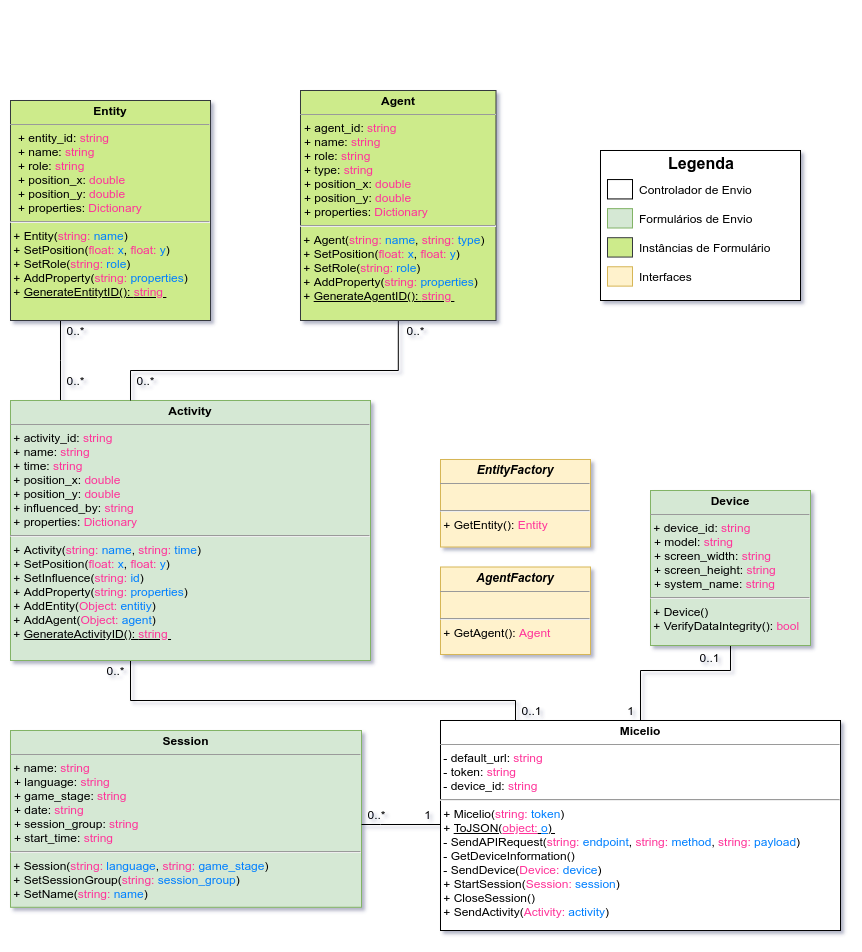
Above: Documentation/Diagramas/modelo-de-dados-unity.png in multisens/micelio (draw.io), before the change. Source tidied: cells renumbered, new cells last; positions are measured from the earlier drawing's top-left corner, leaving out a move shared by most shapes.
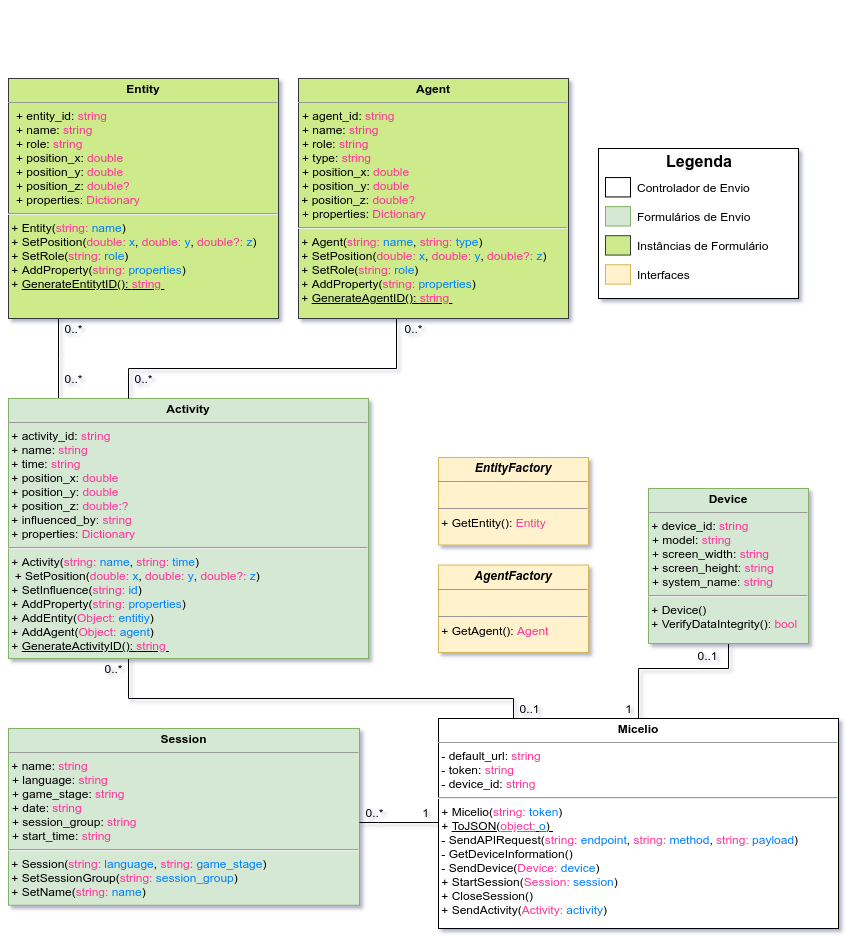
Above is the later version.

Change to the diagram source:
```diff
@@ -21,11 +21,11 @@
         </Array>
       </mxGeometry>
     </mxCell>
-    <mxCell id="5" value="&lt;p style=&quot;margin: 0px ; margin-top: 4px ; text-align: center&quot;&gt;&lt;b&gt;Activity&lt;/b&gt;&lt;/p&gt;&lt;hr size=&quot;1&quot;&gt;&amp;nbsp;+ activity_id: &lt;font color=&quot;#ff3399&quot;&gt;string&lt;/font&gt;&lt;br&gt;&amp;nbsp;+ name: &lt;font color=&quot;#ff3399&quot;&gt;string&lt;/font&gt;&lt;br&gt;&amp;nbsp;+ time: &lt;font color=&quot;#ff3399&quot;&gt;string&lt;/font&gt;&lt;br&gt;&amp;nbsp;+ position_x: &lt;font color=&quot;#ff3399&quot;&gt;double&lt;/font&gt;&lt;br&gt;&amp;nbsp;+ position_y: &lt;font color=&quot;#ff3399&quot;&gt;double&lt;/font&gt;&lt;br&gt;&amp;nbsp;+ influenced_by: &lt;font color=&quot;#ff3399&quot;&gt;string&lt;/font&gt;&lt;br&gt;&lt;span&gt;&amp;nbsp;+ properties:&amp;nbsp;&lt;/span&gt;&lt;font color=&quot;#ff3399&quot;&gt;Dictionary&lt;/font&gt;&lt;font color=&quot;#ff3399&quot;&gt;&lt;br&gt;&lt;/font&gt;&lt;hr&gt;&amp;nbsp;+ Activity(&lt;span style=&quot;color: rgb(255 , 51 , 153)&quot;&gt;string:&amp;nbsp;&lt;/span&gt;&lt;font color=&quot;#007fff&quot;&gt;name&lt;/font&gt;,&amp;nbsp;&lt;span style=&quot;color: rgb(255 , 51 , 153)&quot;&gt;string:&amp;nbsp;&lt;/span&gt;&lt;font color=&quot;#007fff&quot;&gt;time&lt;/font&gt;)&lt;br&gt;&amp;nbsp;+ SetPosition(&lt;span style=&quot;color: rgb(255 , 51 , 153)&quot;&gt;float:&amp;nbsp;&lt;/span&gt;&lt;font color=&quot;#007fff&quot;&gt;x&lt;/font&gt;,&amp;nbsp;&lt;span style=&quot;color: rgb(255 , 51 , 153)&quot;&gt;float:&amp;nbsp;&lt;/span&gt;&lt;font color=&quot;#007fff&quot;&gt;y&lt;/font&gt;)&lt;br&gt;&amp;nbsp;+ SetInfluence(&lt;span style=&quot;color: rgb(255 , 51 , 153)&quot;&gt;string:&amp;nbsp;&lt;/span&gt;&lt;font color=&quot;#007fff&quot;&gt;id&lt;/font&gt;)&lt;br&gt;&amp;nbsp;+ AddProperty(&lt;span style=&quot;color: rgb(255 , 51 , 153)&quot;&gt;string: &lt;/span&gt;&lt;font color=&quot;#007fff&quot;&gt;properties&lt;/font&gt;)&lt;br&gt;&amp;nbsp;+ AddEntity(&lt;span style=&quot;color: rgb(255 , 51 , 153)&quot;&gt;Object: &lt;/span&gt;&lt;font color=&quot;#007fff&quot;&gt;entitiy&lt;/font&gt;)&lt;br&gt;&amp;nbsp;+ AddAgent(&lt;span style=&quot;color: rgb(255 , 51 , 153)&quot;&gt;Object:&amp;nbsp;&lt;/span&gt;&lt;font color=&quot;#007fff&quot;&gt;agent&lt;/font&gt;)&lt;br&gt;&amp;nbsp;+&amp;nbsp;&lt;u&gt;GenerateActivityID():&amp;nbsp;&lt;span style=&quot;color: rgb(255 , 51 , 153)&quot;&gt;string&amp;nbsp;&lt;/span&gt;&lt;/u&gt;" style="verticalAlign=top;align=left;overflow=fill;fontSize=12;fontFamily=Helvetica;html=1;glass=0;fillColor=#d5e8d4;strokeColor=#82b366;" parent="1" vertex="1">
+    <mxCell id="5" value="&lt;p style=&quot;margin: 0px ; margin-top: 4px ; text-align: center&quot;&gt;&lt;b&gt;Activity&lt;/b&gt;&lt;/p&gt;&lt;hr size=&quot;1&quot;&gt;&amp;nbsp;+ activity_id: &lt;font color=&quot;#ff3399&quot;&gt;string&lt;/font&gt;&lt;br&gt;&amp;nbsp;+ name: &lt;font color=&quot;#ff3399&quot;&gt;string&lt;/font&gt;&lt;br&gt;&amp;nbsp;+ time: &lt;font color=&quot;#ff3399&quot;&gt;string&lt;/font&gt;&lt;br&gt;&amp;nbsp;+ position_x: &lt;font color=&quot;#ff3399&quot;&gt;double&lt;/font&gt;&lt;br&gt;&amp;nbsp;+ position_y: &lt;font color=&quot;#ff3399&quot;&gt;double&lt;br&gt;&lt;/font&gt;&amp;nbsp;+ position_z:&amp;nbsp;&lt;font color=&quot;#ff3399&quot;&gt;double:?&lt;/font&gt;&lt;br&gt;&amp;nbsp;+ influenced_by: &lt;font color=&quot;#ff3399&quot;&gt;string&lt;/font&gt;&lt;br&gt;&lt;span&gt;&amp;nbsp;+ properties:&amp;nbsp;&lt;/span&gt;&lt;font color=&quot;#ff3399&quot;&gt;Dictionary&lt;/font&gt;&lt;font color=&quot;#ff3399&quot;&gt;&lt;br&gt;&lt;/font&gt;&lt;hr&gt;&amp;nbsp;+ Activity(&lt;span style=&quot;color: rgb(255 , 51 , 153)&quot;&gt;string:&amp;nbsp;&lt;/span&gt;&lt;font color=&quot;#007fff&quot;&gt;name&lt;/font&gt;,&amp;nbsp;&lt;span style=&quot;color: rgb(255 , 51 , 153)&quot;&gt;string:&amp;nbsp;&lt;/span&gt;&lt;font color=&quot;#007fff&quot;&gt;time&lt;/font&gt;)&lt;br&gt;&amp;nbsp;&amp;nbsp;+ SetPosition(&lt;span style=&quot;color: rgb(255 , 51 , 153)&quot;&gt;double:&amp;nbsp;&lt;/span&gt;&lt;font color=&quot;#007fff&quot;&gt;x&lt;/font&gt;,&amp;nbsp;&lt;span style=&quot;color: rgb(255 , 51 , 153)&quot;&gt;double&lt;/span&gt;&lt;span style=&quot;color: rgb(255 , 51 , 153)&quot;&gt;:&amp;nbsp;&lt;/span&gt;&lt;font color=&quot;#007fff&quot;&gt;y&lt;/font&gt;,&amp;nbsp;&lt;span style=&quot;color: rgb(255 , 51 , 153)&quot;&gt;double?&lt;/span&gt;&lt;span style=&quot;color: rgb(255 , 51 , 153)&quot;&gt;:&amp;nbsp;&lt;/span&gt;&lt;font color=&quot;#007fff&quot;&gt;z&lt;/font&gt;)&lt;br&gt;&amp;nbsp;+ SetInfluence(&lt;span style=&quot;color: rgb(255 , 51 , 153)&quot;&gt;string:&amp;nbsp;&lt;/span&gt;&lt;font color=&quot;#007fff&quot;&gt;id&lt;/font&gt;)&lt;br&gt;&amp;nbsp;+ AddProperty(&lt;span style=&quot;color: rgb(255 , 51 , 153)&quot;&gt;string: &lt;/span&gt;&lt;font color=&quot;#007fff&quot;&gt;properties&lt;/font&gt;)&lt;br&gt;&amp;nbsp;+ AddEntity(&lt;span style=&quot;color: rgb(255 , 51 , 153)&quot;&gt;Object: &lt;/span&gt;&lt;font color=&quot;#007fff&quot;&gt;entitiy&lt;/font&gt;)&lt;br&gt;&amp;nbsp;+ AddAgent(&lt;span style=&quot;color: rgb(255 , 51 , 153)&quot;&gt;Object:&amp;nbsp;&lt;/span&gt;&lt;font color=&quot;#007fff&quot;&gt;agent&lt;/font&gt;)&lt;br&gt;&amp;nbsp;+&amp;nbsp;&lt;u&gt;GenerateActivityID():&amp;nbsp;&lt;span style=&quot;color: rgb(255 , 51 , 153)&quot;&gt;string&amp;nbsp;&lt;/span&gt;&lt;/u&gt;" style="verticalAlign=top;align=left;overflow=fill;fontSize=12;fontFamily=Helvetica;html=1;glass=0;fillColor=#d5e8d4;strokeColor=#82b366;" parent="1" vertex="1">
       <mxGeometry y="390" width="360" height="260" as="geometry" />
     </mxCell>
-    <mxCell id="6" value="&lt;p style=&quot;margin: 0px ; margin-top: 4px ; text-align: center&quot;&gt;&lt;b&gt;Entity&lt;/b&gt;&lt;/p&gt;&lt;hr size=&quot;1&quot;&gt;&lt;p style=&quot;margin: 0px 0px 0px 8px&quot;&gt;+ entity_id: &lt;font color=&quot;#ff3399&quot;&gt;string&lt;/font&gt;&lt;/p&gt;&lt;p style=&quot;margin: 0px 0px 0px 8px&quot;&gt;+ name: &lt;font color=&quot;#ff3399&quot;&gt;string&lt;/font&gt;&lt;br&gt;&lt;/p&gt;&lt;p style=&quot;margin: 0px 0px 0px 8px&quot;&gt;+ role: &lt;font color=&quot;#ff3399&quot;&gt;string&lt;/font&gt;&lt;/p&gt;&lt;p style=&quot;margin: 0px 0px 0px 8px&quot;&gt;+ position_x: &lt;font color=&quot;#ff3399&quot;&gt;double&lt;/font&gt;&lt;br&gt;+ position_y: &lt;font color=&quot;#ff3399&quot;&gt;double&lt;/font&gt;&lt;br&gt;&lt;/p&gt;&lt;p style=&quot;margin: 0px 0px 0px 8px&quot;&gt;+ properties: &lt;font color=&quot;#ff3399&quot;&gt;Dictionary&lt;/font&gt;&lt;/p&gt;&lt;hr&gt;&amp;nbsp;+ Entity(&lt;span style=&quot;color: rgb(255 , 51 , 153)&quot;&gt;string:&amp;nbsp;&lt;/span&gt;&lt;font color=&quot;#007fff&quot;&gt;name&lt;/font&gt;)&lt;br&gt;&amp;nbsp;+ SetPosition(&lt;span style=&quot;color: rgb(255 , 51 , 153)&quot;&gt;float:&amp;nbsp;&lt;/span&gt;&lt;font color=&quot;#007fff&quot;&gt;x&lt;/font&gt;,&amp;nbsp;&lt;span style=&quot;color: rgb(255 , 51 , 153)&quot;&gt;float:&amp;nbsp;&lt;/span&gt;&lt;font color=&quot;#007fff&quot;&gt;y&lt;/font&gt;)&lt;br&gt;&amp;nbsp;+ SetRole(&lt;span style=&quot;color: rgb(255 , 51 , 153)&quot;&gt;string:&amp;nbsp;&lt;/span&gt;&lt;font color=&quot;#007fff&quot;&gt;role&lt;/font&gt;)&lt;br&gt;&amp;nbsp;+ AddProperty(&lt;span style=&quot;color: rgb(255 , 51 , 153)&quot;&gt;string:&amp;nbsp;&lt;/span&gt;&lt;font color=&quot;#007fff&quot;&gt;properties&lt;/font&gt;)&lt;br&gt;&amp;nbsp;+ &lt;u&gt;GenerateEntitytID():&amp;nbsp;&lt;span style=&quot;color: rgb(255 , 51 , 153)&quot;&gt;string&amp;nbsp;&lt;/span&gt;&lt;/u&gt;&lt;br&gt;&amp;nbsp;" style="verticalAlign=top;align=left;overflow=fill;fontSize=12;fontFamily=Helvetica;html=1;glass=0;fillColor=#cdeb8b;strokeColor=#36393d;" parent="1" vertex="1">
-      <mxGeometry y="90" width="200" height="220" as="geometry" />
+    <mxCell id="6" value="&lt;p style=&quot;margin: 0px ; margin-top: 4px ; text-align: center&quot;&gt;&lt;b&gt;Entity&lt;/b&gt;&lt;/p&gt;&lt;hr size=&quot;1&quot;&gt;&lt;p style=&quot;margin: 0px 0px 0px 8px&quot;&gt;+ entity_id: &lt;font color=&quot;#ff3399&quot;&gt;string&lt;/font&gt;&lt;/p&gt;&lt;p style=&quot;margin: 0px 0px 0px 8px&quot;&gt;+ name: &lt;font color=&quot;#ff3399&quot;&gt;string&lt;/font&gt;&lt;br&gt;&lt;/p&gt;&lt;p style=&quot;margin: 0px 0px 0px 8px&quot;&gt;+ role: &lt;font color=&quot;#ff3399&quot;&gt;string&lt;/font&gt;&lt;/p&gt;&lt;p style=&quot;margin: 0px 0px 0px 8px&quot;&gt;+ position_x: &lt;font color=&quot;#ff3399&quot;&gt;double&lt;/font&gt;&lt;br&gt;+ position_y: &lt;font color=&quot;#ff3399&quot;&gt;double&lt;/font&gt;&lt;br&gt;&lt;/p&gt;&lt;p style=&quot;margin: 0px 0px 0px 8px&quot;&gt;+ position_z:&amp;nbsp;&lt;font color=&quot;#ff3399&quot;&gt;double?&lt;/font&gt;&lt;font color=&quot;#ff3399&quot;&gt;&lt;br&gt;&lt;/font&gt;&lt;/p&gt;&lt;p style=&quot;margin: 0px 0px 0px 8px&quot;&gt;+ properties: &lt;font color=&quot;#ff3399&quot;&gt;Dictionary&lt;/font&gt;&lt;/p&gt;&lt;hr&gt;&amp;nbsp;+ Entity(&lt;span style=&quot;color: rgb(255 , 51 , 153)&quot;&gt;string:&amp;nbsp;&lt;/span&gt;&lt;font color=&quot;#007fff&quot;&gt;name&lt;/font&gt;)&lt;br&gt;&amp;nbsp;+ SetPosition(&lt;span style=&quot;color: rgb(255 , 51 , 153)&quot;&gt;double:&amp;nbsp;&lt;/span&gt;&lt;font color=&quot;#007fff&quot;&gt;x&lt;/font&gt;,&amp;nbsp;&lt;span style=&quot;color: rgb(255 , 51 , 153)&quot;&gt;double&lt;/span&gt;&lt;span style=&quot;color: rgb(255 , 51 , 153)&quot;&gt;:&amp;nbsp;&lt;/span&gt;&lt;font color=&quot;#007fff&quot;&gt;y&lt;/font&gt;,&amp;nbsp;&lt;span style=&quot;color: rgb(255 , 51 , 153)&quot;&gt;double?&lt;/span&gt;&lt;span style=&quot;color: rgb(255 , 51 , 153)&quot;&gt;: &lt;/span&gt;&lt;font color=&quot;#007fff&quot;&gt;z&lt;/font&gt;)&lt;br&gt;&amp;nbsp;+ SetRole(&lt;span style=&quot;color: rgb(255 , 51 , 153)&quot;&gt;string:&amp;nbsp;&lt;/span&gt;&lt;font color=&quot;#007fff&quot;&gt;role&lt;/font&gt;)&lt;br&gt;&amp;nbsp;+ AddProperty(&lt;span style=&quot;color: rgb(255 , 51 , 153)&quot;&gt;string:&amp;nbsp;&lt;/span&gt;&lt;font color=&quot;#007fff&quot;&gt;properties&lt;/font&gt;)&lt;br&gt;&amp;nbsp;+ &lt;u&gt;GenerateEntitytID():&amp;nbsp;&lt;span style=&quot;color: rgb(255 , 51 , 153)&quot;&gt;string&amp;nbsp;&lt;/span&gt;&lt;/u&gt;&lt;br&gt;&amp;nbsp;" style="verticalAlign=top;align=left;overflow=fill;fontSize=12;fontFamily=Helvetica;html=1;glass=0;fillColor=#cdeb8b;strokeColor=#36393d;" parent="1" vertex="1">
+      <mxGeometry y="70" width="270" height="240" as="geometry" />
     </mxCell>
     <mxCell id="7" style="edgeStyle=orthogonalEdgeStyle;rounded=0;jettySize=auto;html=1;endArrow=none;endFill=0;" parent="1" edge="1" source="18" target="5">
       <mxGeometry relative="1" as="geometry">
@@ -63,10 +63,10 @@
       <mxGeometry width="351" height="176.8" as="geometry" />
     </mxCell>
     <mxCell id="17" style="group;" parent="1" vertex="1">
-      <mxGeometry x="290" y="150" width="230" height="160" as="geometry" />
+      <mxGeometry x="290" y="150" width="270" height="160" as="geometry" />
     </mxCell>
-    <mxCell id="18" value="&lt;p style=&quot;margin: 0px ; margin-top: 4px ; text-align: center&quot;&gt;&lt;b&gt;Agent&lt;/b&gt;&lt;/p&gt;&lt;hr size=&quot;1&quot;&gt;&lt;p style=&quot;margin: 0px 0px 0px 4px&quot;&gt;+ agent_id: &lt;font color=&quot;#ff3399&quot;&gt;string&lt;/font&gt;&lt;/p&gt;&lt;p style=&quot;margin: 0px 0px 0px 4px&quot;&gt;+ name: &lt;font color=&quot;#ff3399&quot;&gt;string&lt;/font&gt;&lt;/p&gt;&lt;p style=&quot;margin: 0px 0px 0px 4px&quot;&gt;+ role: &lt;font color=&quot;#ff3399&quot;&gt;string&lt;/font&gt;&lt;/p&gt;&lt;p style=&quot;margin: 0px 0px 0px 4px&quot;&gt;+ type: &lt;font color=&quot;#ff3399&quot;&gt;string&lt;/font&gt;&lt;/p&gt;&lt;p style=&quot;margin: 0px 0px 0px 4px&quot;&gt;+ position_x: &lt;font color=&quot;#ff3399&quot;&gt;double&lt;/font&gt;&lt;br&gt;+ position_y: &lt;font color=&quot;#ff3399&quot;&gt;double&lt;/font&gt;&lt;/p&gt;&lt;p style=&quot;margin: 0px 0px 0px 4px&quot;&gt;&lt;span&gt;+ properties:&amp;nbsp;&lt;/span&gt;&lt;font color=&quot;#ff3399&quot;&gt;Dictionary&lt;/font&gt;&lt;/p&gt;&lt;hr&gt;&amp;nbsp;+ Agent(&lt;span style=&quot;color: rgb(255 , 51 , 153)&quot;&gt;string:&amp;nbsp;&lt;/span&gt;&lt;font color=&quot;#007fff&quot;&gt;name&lt;/font&gt;,&amp;nbsp;&lt;span style=&quot;color: rgb(255 , 51 , 153)&quot;&gt;string: &lt;/span&gt;&lt;font color=&quot;#007fff&quot;&gt;type&lt;/font&gt;)&lt;br&gt;&amp;nbsp;+ SetPosition(&lt;span style=&quot;color: rgb(255 , 51 , 153)&quot;&gt;float:&amp;nbsp;&lt;/span&gt;&lt;font color=&quot;#007fff&quot;&gt;x&lt;/font&gt;,&amp;nbsp;&lt;span style=&quot;color: rgb(255 , 51 , 153)&quot;&gt;float:&amp;nbsp;&lt;/span&gt;&lt;font color=&quot;#007fff&quot;&gt;y&lt;/font&gt;)&lt;br&gt;&amp;nbsp;+ SetRole(&lt;span style=&quot;color: rgb(255 , 51 , 153)&quot;&gt;string:&amp;nbsp;&lt;/span&gt;&lt;font color=&quot;#007fff&quot;&gt;role&lt;/font&gt;)&lt;br&gt;&amp;nbsp;+ AddProperty(&lt;span style=&quot;color: rgb(255 , 51 , 153)&quot;&gt;string:&amp;nbsp;&lt;/span&gt;&lt;font color=&quot;#007fff&quot;&gt;properties&lt;/font&gt;)&lt;br&gt;&amp;nbsp;+ &lt;u&gt;GenerateAgentID():&amp;nbsp;&lt;span style=&quot;color: rgb(255 , 51 , 153)&quot;&gt;string&amp;nbsp;&lt;/span&gt;&lt;/u&gt;" style="verticalAlign=top;align=left;overflow=fill;fontSize=12;fontFamily=Helvetica;html=1;glass=0;fillColor=#cdeb8b;strokeColor=#36393d;" parent="17" vertex="1">
-      <mxGeometry y="-70" width="195.5" height="230" as="geometry" />
+    <mxCell id="18" value="&lt;p style=&quot;margin: 0px ; margin-top: 4px ; text-align: center&quot;&gt;&lt;b&gt;Agent&lt;/b&gt;&lt;/p&gt;&lt;hr size=&quot;1&quot;&gt;&lt;p style=&quot;margin: 0px 0px 0px 4px&quot;&gt;+ agent_id: &lt;font color=&quot;#ff3399&quot;&gt;string&lt;/font&gt;&lt;/p&gt;&lt;p style=&quot;margin: 0px 0px 0px 4px&quot;&gt;+ name: &lt;font color=&quot;#ff3399&quot;&gt;string&lt;/font&gt;&lt;/p&gt;&lt;p style=&quot;margin: 0px 0px 0px 4px&quot;&gt;+ role: &lt;font color=&quot;#ff3399&quot;&gt;string&lt;/font&gt;&lt;/p&gt;&lt;p style=&quot;margin: 0px 0px 0px 4px&quot;&gt;+ type: &lt;font color=&quot;#ff3399&quot;&gt;string&lt;/font&gt;&lt;/p&gt;&lt;p style=&quot;margin: 0px 0px 0px 4px&quot;&gt;+ position_x: &lt;font color=&quot;#ff3399&quot;&gt;double&lt;/font&gt;&lt;br&gt;+ position_y: &lt;font color=&quot;#ff3399&quot;&gt;double&lt;/font&gt;&lt;/p&gt;&amp;nbsp;+ position_z:&amp;nbsp;&lt;font color=&quot;#ff3399&quot;&gt;double?&lt;/font&gt;&lt;p style=&quot;margin: 0px 0px 0px 4px&quot;&gt;&lt;span&gt;+ properties:&amp;nbsp;&lt;/span&gt;&lt;font color=&quot;#ff3399&quot;&gt;Dictionary&lt;/font&gt;&lt;/p&gt;&lt;hr&gt;&amp;nbsp;+ Agent(&lt;span style=&quot;color: rgb(255 , 51 , 153)&quot;&gt;string:&amp;nbsp;&lt;/span&gt;&lt;font color=&quot;#007fff&quot;&gt;name&lt;/font&gt;,&amp;nbsp;&lt;span style=&quot;color: rgb(255 , 51 , 153)&quot;&gt;string: &lt;/span&gt;&lt;font color=&quot;#007fff&quot;&gt;type&lt;/font&gt;)&lt;br&gt;&amp;nbsp;+ SetPosition(&lt;span style=&quot;color: rgb(255 , 51 , 153)&quot;&gt;double:&amp;nbsp;&lt;/span&gt;&lt;font color=&quot;#007fff&quot;&gt;x&lt;/font&gt;,&amp;nbsp;&lt;span style=&quot;color: rgb(255 , 51 , 153)&quot;&gt;double&lt;/span&gt;&lt;span style=&quot;color: rgb(255 , 51 , 153)&quot;&gt;:&amp;nbsp;&lt;/span&gt;&lt;font color=&quot;#007fff&quot;&gt;y&lt;/font&gt;,&amp;nbsp;&lt;span style=&quot;color: rgb(255 , 51 , 153)&quot;&gt;double?&lt;/span&gt;&lt;span style=&quot;color: rgb(255 , 51 , 153)&quot;&gt;:&amp;nbsp;&lt;/span&gt;&lt;font color=&quot;#007fff&quot;&gt;z&lt;/font&gt;)&lt;br&gt;&amp;nbsp;+ SetRole(&lt;span style=&quot;color: rgb(255 , 51 , 153)&quot;&gt;string:&amp;nbsp;&lt;/span&gt;&lt;font color=&quot;#007fff&quot;&gt;role&lt;/font&gt;)&lt;br&gt;&amp;nbsp;+ AddProperty(&lt;span style=&quot;color: rgb(255 , 51 , 153)&quot;&gt;string:&amp;nbsp;&lt;/span&gt;&lt;font color=&quot;#007fff&quot;&gt;properties&lt;/font&gt;)&lt;br&gt;&amp;nbsp;+ &lt;u&gt;GenerateAgentID():&amp;nbsp;&lt;span style=&quot;color: rgb(255 , 51 , 153)&quot;&gt;string&amp;nbsp;&lt;/span&gt;&lt;/u&gt;" style="verticalAlign=top;align=left;overflow=fill;fontSize=12;fontFamily=Helvetica;html=1;glass=0;fillColor=#cdeb8b;strokeColor=#36393d;" parent="17" vertex="1">
+      <mxGeometry y="-80" width="270" height="240" as="geometry" />
     </mxCell>
     <mxCell id="19" style="edgeStyle=orthogonalEdgeStyle;rounded=0;jettySize=auto;html=1;endArrow=none;endFill=0;" parent="1" edge="1" source="3" target="16">
       <mxGeometry relative="1" as="geometry">
```
